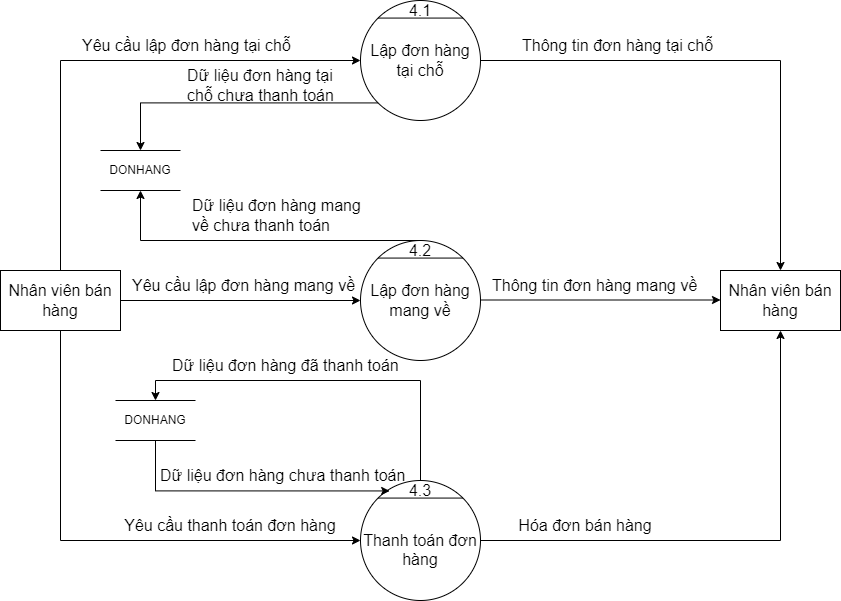
Above: BFD&DFD/BFD&DFD mức 0, 1, 2, 3/DFD_1_Sell_Version_Final.png in hungtadasuke/CoffeShop_SoftwareTechnology (draw.io), before the change. Source tidied: cells renumbered, new cells last; positions are measured from the earlier drawing's top-left corner, leaving out a move shared by most shapes.
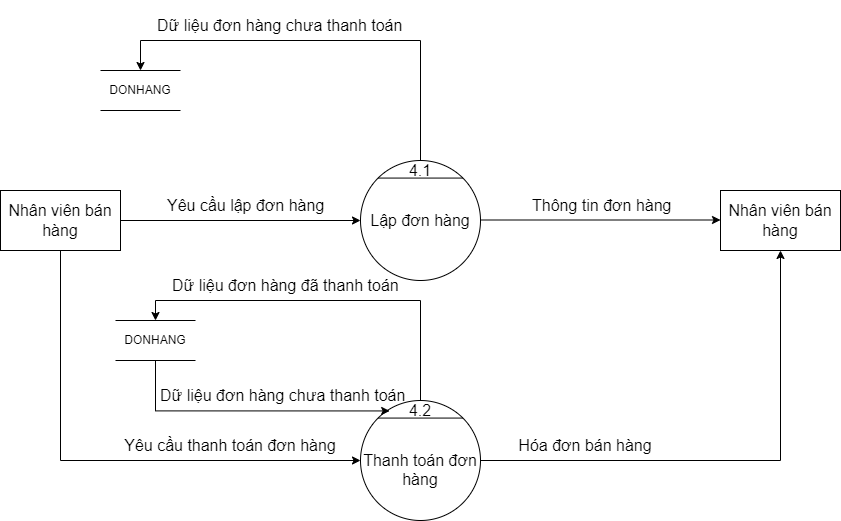
The same file after the commit.

What changed in the source:
```diff
@@ -5,51 +5,22 @@
     <mxCell id="2" value="Nhân viên bán hàng" style="rounded=0;whiteSpace=wrap;html=1;fontSize=16;" parent="1" vertex="1">
       <mxGeometry y="270" width="120" height="60" as="geometry" />
     </mxCell>
-    <mxCell id="3" value="Lập đơn hàng tại chỗ" style="ellipse;whiteSpace=wrap;html=1;fontSize=16;" parent="1" vertex="1">
-      <mxGeometry x="360" width="120" height="120" as="geometry" />
-    </mxCell>
-    <mxCell id="4" style="endArrow=none;html=1;rounded=0;exitX=0;exitY=0;exitDx=0;exitDy=0;entryX=1;entryY=0;entryDx=0;entryDy=0;fontSize=16;" parent="1" edge="1" source="3" target="3">
-      <mxGeometry relative="1" as="geometry" />
-    </mxCell>
-    <mxCell id="5" value="4.1" style="text;html=1;strokeColor=none;fillColor=none;align=center;verticalAlign=middle;whiteSpace=wrap;rounded=0;fontSize=16;" parent="1" vertex="1">
-      <mxGeometry x="400" width="40" height="20" as="geometry" />
-    </mxCell>
-    <mxCell id="6" value="Lập đơn hàng mang về" style="ellipse;whiteSpace=wrap;html=1;fontSize=16;" parent="1" vertex="1">
+    <mxCell id="6" value="Lập đơn hàng" style="ellipse;whiteSpace=wrap;html=1;fontSize=16;" parent="1" vertex="1">
       <mxGeometry x="360" y="240" width="120" height="120" as="geometry" />
     </mxCell>
     <mxCell id="7" style="endArrow=none;html=1;rounded=0;exitX=0;exitY=0;exitDx=0;exitDy=0;entryX=1;entryY=0;entryDx=0;entryDy=0;fontSize=16;" parent="1" edge="1" source="6" target="6">
       <mxGeometry relative="1" as="geometry" />
     </mxCell>
-    <mxCell id="8" value="4.2" style="text;html=1;strokeColor=none;fillColor=none;align=center;verticalAlign=middle;whiteSpace=wrap;rounded=0;fontSize=16;" parent="1" vertex="1">
+    <mxCell id="8" value="4.1" style="text;html=1;strokeColor=none;fillColor=none;align=center;verticalAlign=middle;whiteSpace=wrap;rounded=0;fontSize=16;" parent="1" vertex="1">
       <mxGeometry x="400" y="240" width="40" height="20" as="geometry" />
     </mxCell>
-    <mxCell id="9" style="edgeStyle=elbowEdgeStyle;elbow=horizontal;endArrow=classic;html=1;rounded=0;fontSize=16;exitX=0.5;exitY=0;exitDx=0;exitDy=0;entryX=0;entryY=0.5;entryDx=0;entryDy=0;" parent="1" edge="1" source="2" target="3">
-      <mxGeometry relative="1" as="geometry">
-        <Array as="points">
-          <mxPoint x="60" y="170" />
-        </Array>
-      </mxGeometry>
-    </mxCell>
-    <mxCell id="10" value="Yêu cầu lập đơn hàng tại chỗ" style="text;html=1;strokeColor=none;fillColor=none;align=left;verticalAlign=middle;whiteSpace=wrap;rounded=0;fontSize=16;" parent="1" vertex="1">
-      <mxGeometry x="80" y="25" width="240" height="40" as="geometry" />
-    </mxCell>
-    <mxCell id="11" style="edgeStyle=segmentEdgeStyle;endArrow=classic;html=1;rounded=0;fontSize=16;exitX=1;exitY=0.5;exitDx=0;exitDy=0;entryX=0.5;entryY=0;entryDx=0;entryDy=0;" parent="1" edge="1" source="3" target="16">
-      <mxGeometry relative="1" as="geometry">
-        <Array as="points">
-          <mxPoint x="780" y="60" />
-        </Array>
-      </mxGeometry>
-    </mxCell>
-    <mxCell id="12" value="Thông tin đơn hàng tại chỗ" style="text;html=1;strokeColor=none;fillColor=none;align=left;verticalAlign=middle;whiteSpace=wrap;rounded=0;fontSize=16;" parent="1" vertex="1">
-      <mxGeometry x="520" y="20" width="210" height="50" as="geometry" />
-    </mxCell>
     <mxCell id="13" value="&lt;br&gt;Thanh toán đơn hàng" style="ellipse;whiteSpace=wrap;html=1;fontSize=16;" parent="1" vertex="1">
       <mxGeometry x="360" y="480" width="120" height="120" as="geometry" />
     </mxCell>
     <mxCell id="14" style="endArrow=none;html=1;rounded=0;exitX=0;exitY=0;exitDx=0;exitDy=0;entryX=1;entryY=0;entryDx=0;entryDy=0;fontSize=16;" parent="1" edge="1" source="13" target="13">
       <mxGeometry relative="1" as="geometry" />
     </mxCell>
-    <mxCell id="15" value="4.3" style="text;html=1;strokeColor=none;fillColor=none;align=center;verticalAlign=middle;whiteSpace=wrap;rounded=0;fontSize=16;" parent="1" vertex="1">
+    <mxCell id="15" value="4.2" style="text;html=1;strokeColor=none;fillColor=none;align=center;verticalAlign=middle;whiteSpace=wrap;rounded=0;fontSize=16;" parent="1" vertex="1">
       <mxGeometry x="400" y="480" width="40" height="20" as="geometry" />
     </mxCell>
     <mxCell id="16" value="Nhân viên bán hàng" style="rounded=0;whiteSpace=wrap;html=1;fontSize=16;" parent="1" vertex="1">
@@ -58,12 +29,6 @@
     <mxCell id="17" value="DONHANG" style="shape=partialRectangle;whiteSpace=wrap;html=1;left=0;right=0;fillColor=none;" parent="1" vertex="1">
       <mxGeometry x="100" y="150" width="80" height="40" as="geometry" />
     </mxCell>
-    <mxCell id="18" style="edgeStyle=segmentEdgeStyle;endArrow=classic;html=1;rounded=0;exitX=0;exitY=1;exitDx=0;exitDy=0;entryX=0.5;entryY=0;entryDx=0;entryDy=0;" parent="1" edge="1" source="3" target="17">
-      <mxGeometry relative="1" as="geometry" />
-    </mxCell>
-    <mxCell id="19" value="Dữ liệu đơn hàng tại chỗ chưa thanh toán" style="text;html=1;strokeColor=none;fillColor=none;align=left;verticalAlign=middle;whiteSpace=wrap;rounded=0;fontSize=16;" parent="1" vertex="1">
-      <mxGeometry x="185" y="60" width="160" height="50" as="geometry" />
-    </mxCell>
     <mxCell id="20" style="endArrow=classic;html=1;rounded=0;exitX=1;exitY=0.5;exitDx=0;exitDy=0;entryX=0;entryY=0.5;entryDx=0;entryDy=0;" parent="1" edge="1" source="2" target="6">
       <mxGeometry relative="1" as="geometry" />
     </mxCell>
@@ -73,17 +38,22 @@
         <mxPoint x="720" y="299.5" as="targetPoint" />
       </mxGeometry>
     </mxCell>
-    <mxCell id="22" value="Yêu cầu lập đơn hàng mang về" style="text;html=1;strokeColor=none;fillColor=none;align=left;verticalAlign=middle;whiteSpace=wrap;rounded=0;fontSize=16;" parent="1" vertex="1">
-      <mxGeometry x="130" y="270" width="240" height="30" as="geometry" />
+    <mxCell id="22" value="Yêu cầu lập đơn hàng" style="text;html=1;strokeColor=none;fillColor=none;align=left;verticalAlign=middle;whiteSpace=wrap;rounded=0;fontSize=16;" parent="1" vertex="1">
+      <mxGeometry x="165" y="270" width="240" height="30" as="geometry" />
     </mxCell>
-    <mxCell id="23" value="Thông tin đơn hàng mang về" style="text;html=1;strokeColor=none;fillColor=none;align=left;verticalAlign=middle;whiteSpace=wrap;rounded=0;fontSize=16;" parent="1" vertex="1">
-      <mxGeometry x="490" y="260" width="210" height="50" as="geometry" />
+    <mxCell id="23" value="Thông tin đơn hàng" style="text;html=1;strokeColor=none;fillColor=none;align=left;verticalAlign=middle;whiteSpace=wrap;rounded=0;fontSize=16;" parent="1" vertex="1">
+      <mxGeometry x="530" y="260" width="210" height="50" as="geometry" />
     </mxCell>
-    <mxCell id="24" style="edgeStyle=segmentEdgeStyle;endArrow=classic;html=1;rounded=0;exitX=0.5;exitY=0;exitDx=0;exitDy=0;entryX=0.5;entryY=1;entryDx=0;entryDy=0;" parent="1" edge="1" source="8" target="17">
-      <mxGeometry relative="1" as="geometry" />
+    <mxCell id="24" style="edgeStyle=segmentEdgeStyle;endArrow=classic;html=1;rounded=0;exitX=0.5;exitY=0;exitDx=0;exitDy=0;entryX=0.5;entryY=0;entryDx=0;entryDy=0;" parent="1" edge="1" source="8" target="17">
+      <mxGeometry relative="1" as="geometry">
+        <Array as="points">
+          <mxPoint x="420" y="120" />
+          <mxPoint x="140" y="120" />
+        </Array>
+      </mxGeometry>
     </mxCell>
-    <mxCell id="25" value="Dữ liệu đơn hàng mang về chưa thanh toán" style="text;html=1;strokeColor=none;fillColor=none;align=left;verticalAlign=middle;whiteSpace=wrap;rounded=0;fontSize=16;" parent="1" vertex="1">
-      <mxGeometry x="190" y="190" width="180" height="50" as="geometry" />
+    <mxCell id="25" value="Dữ liệu đơn hàng chưa thanh toán" style="text;html=1;strokeColor=none;fillColor=none;align=left;verticalAlign=middle;whiteSpace=wrap;rounded=0;fontSize=16;" parent="1" vertex="1">
+      <mxGeometry x="155" y="80" width="260" height="50" as="geometry" />
     </mxCell>
     <mxCell id="26" style="edgeStyle=segmentEdgeStyle;endArrow=classic;html=1;rounded=0;exitX=0.5;exitY=1;exitDx=0;exitDy=0;entryX=0;entryY=0.5;entryDx=0;entryDy=0;" parent="1" edge="1" source="2" target="13">
       <mxGeometry relative="1" as="geometry">
@@ -123,7 +93,7 @@
       </mxGeometry>
     </mxCell>
     <mxCell id="34" value="Dữ liệu đơn hàng chưa thanh toán" style="text;html=1;strokeColor=none;fillColor=none;align=left;verticalAlign=middle;whiteSpace=wrap;rounded=0;fontSize=16;" parent="1" vertex="1">
-      <mxGeometry x="157.5" y="450" width="270" height="50" as="geometry" />
+      <mxGeometry x="157.5" y="450" width="252.5" height="50" as="geometry" />
     </mxCell>
   </root>
 </mxGraphModel>
```
